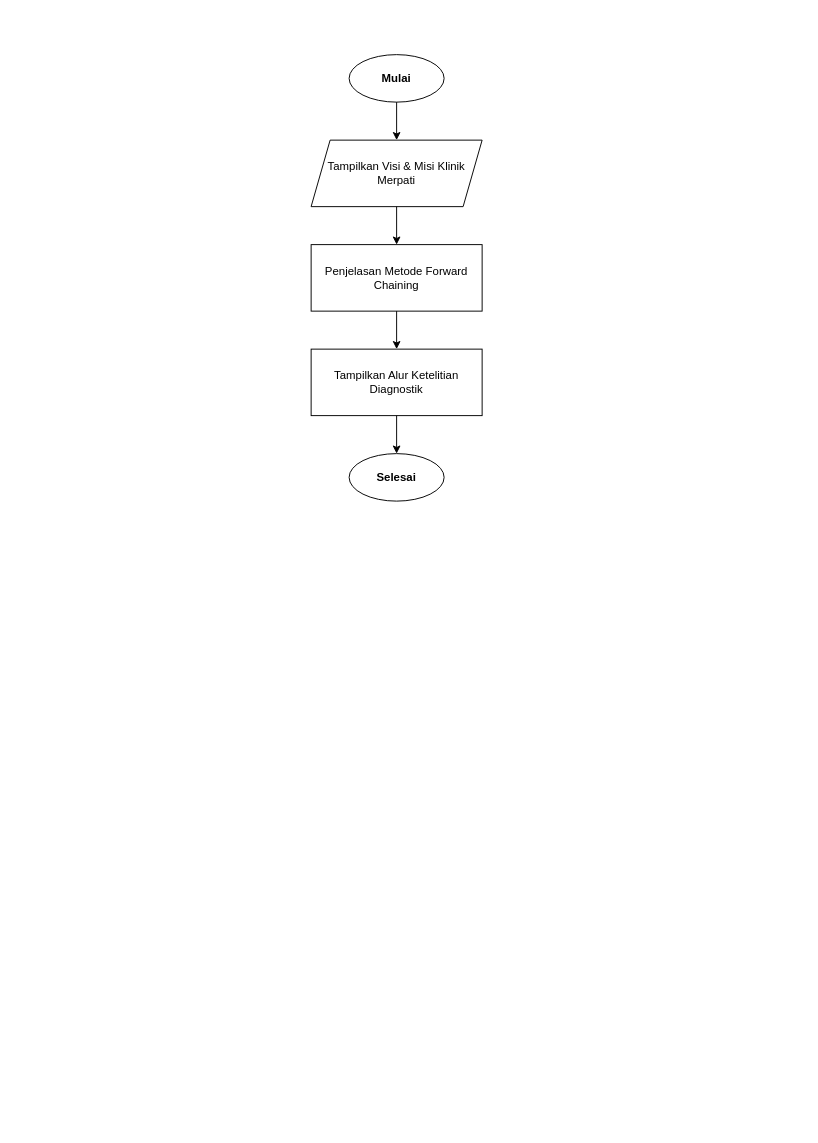
Above: diagram/flowchart/tentang_kami.drawio in Jinsky/Jinsky (draw.io), before the change. Source tidied: cells renumbered, new cells numbered last; positions are measured from the earlier drawing's top-left corner, leaving out a move shared by most shapes. Both pictures are drawn from the tidied source at 95%, with x=0, y=0 at pixel (16, 16).
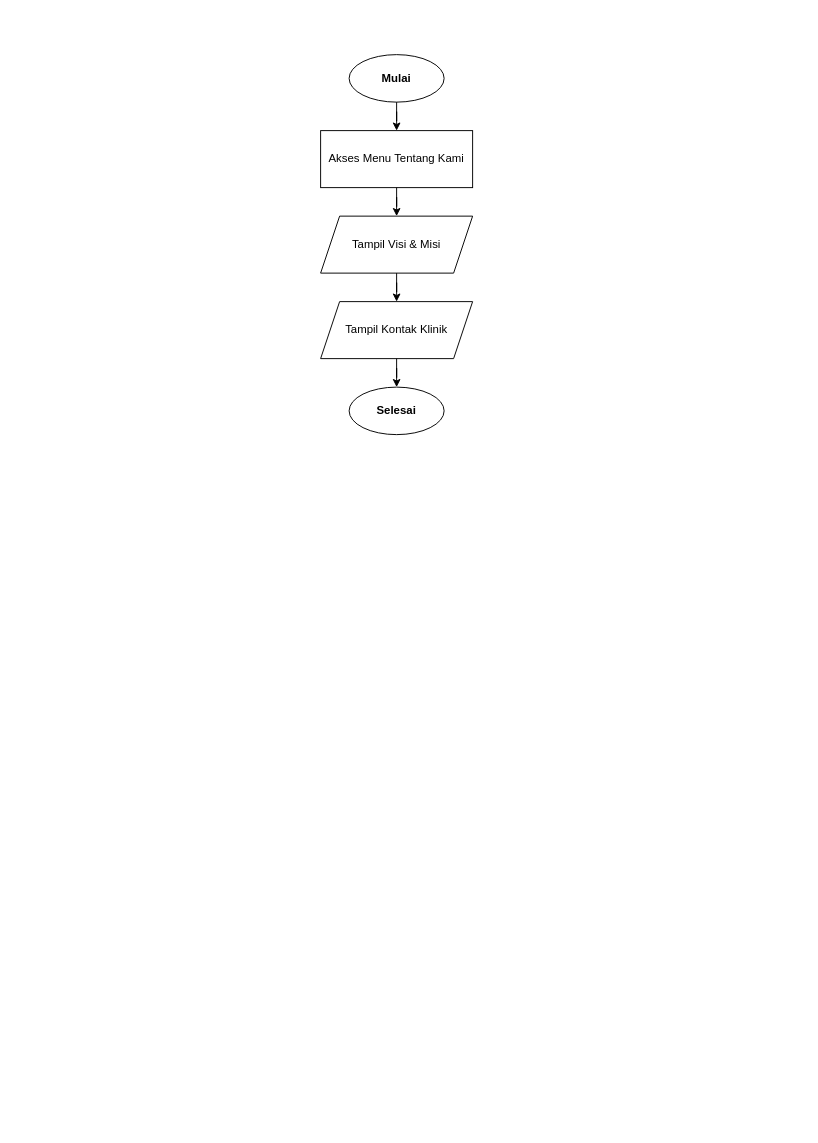
After the change.

Diff of the diagram source:
```diff
@@
 <mxGraphModel>
   <root>
     <mxCell id="0" />
     <mxCell id="1" parent="0" />
     <mxCell id="2" style="rounded=0;whiteSpace=wrap;html=1;fillColor=#ffffff;strokeColor=none;" parent="1" vertex="1">
       <mxGeometry width="827" height="1169" as="geometry" />
     </mxCell>
     <mxCell id="3" value="Mulai" style="ellipse;whiteSpace=wrap;html=1;fontStyle=1;fontSize=12;fillColor=#ffffff;strokeColor=#000000;" parent="1" vertex="1">
       <mxGeometry x="350" y="40" width="100" height="50" as="geometry" />
     </mxCell>
-    <mxCell id="4" value="Tampilkan Visi &amp; Misi Klinik Merpati" style="shape=parallelogram;perimeter=parallelogramPerimeter;whiteSpace=wrap;html=1;fixedSize=1;fontSize=12;fillColor=#ffffff;strokeColor=#000000;" parent="1" vertex="1">
-      <mxGeometry x="310" y="130" width="180" height="70" as="geometry" />
+    <mxCell id="4" value="Akses Menu Tentang Kami" style="rounded=0;whiteSpace=wrap;html=1;fontSize=12;fillColor=#ffffff;strokeColor=#000000;" parent="1" vertex="1">
+      <mxGeometry x="320" y="120" width="160" height="60" as="geometry" />
     </mxCell>
-    <mxCell id="5" value="Penjelasan Metode Forward Chaining" style="rounded=0;whiteSpace=wrap;html=1;fontSize=12;fillColor=#ffffff;strokeColor=#000000;" parent="1" vertex="1">
-      <mxGeometry x="310" y="240" width="180" height="70" as="geometry" />
+    <mxCell id="5" value="Tampil Visi &amp; Misi" style="shape=parallelogram;perimeter=parallelogramPerimeter;whiteSpace=wrap;html=1;fixedSize=1;fontSize=12;fillColor=#ffffff;strokeColor=#000000;" parent="1" vertex="1">
+      <mxGeometry x="320" y="210" width="160" height="60" as="geometry" />
     </mxCell>
-    <mxCell id="6" value="Tampilkan Alur Ketelitian Diagnostik" style="rounded=0;whiteSpace=wrap;html=1;fontSize=12;fillColor=#ffffff;strokeColor=#000000;" parent="1" vertex="1">
-      <mxGeometry x="310" y="350" width="180" height="70" as="geometry" />
+    <mxCell id="6" value="Tampil Kontak Klinik" style="shape=parallelogram;perimeter=parallelogramPerimeter;whiteSpace=wrap;html=1;fixedSize=1;fontSize=12;fillColor=#ffffff;strokeColor=#000000;" parent="1" vertex="1">
+      <mxGeometry x="320" y="300" width="160" height="60" as="geometry" />
     </mxCell>
     <mxCell id="7" value="Selesai" style="ellipse;whiteSpace=wrap;html=1;fontStyle=1;fontSize=12;fillColor=#ffffff;strokeColor=#000000;" parent="1" vertex="1">
-      <mxGeometry x="350" y="460" width="100" height="50" as="geometry" />
+      <mxGeometry x="350" y="390" width="100" height="50" as="geometry" />
     </mxCell>
     <mxCell id="8" style="edgeStyle=orthogonalEdgeStyle;rounded=0;jettySize=auto;html=1;strokeColor=#000000;fontSize=11;" parent="1" edge="1" source="3" target="4">
       <mxGeometry relative="1" as="geometry" />
     </mxCell>
     <mxCell id="9" style="edgeStyle=orthogonalEdgeStyle;rounded=0;jettySize=auto;html=1;strokeColor=#000000;fontSize=11;" parent="1" edge="1" source="4" target="5">
       <mxGeometry relative="1" as="geometry" />
     </mxCell>
     <mxCell id="10" style="edgeStyle=orthogonalEdgeStyle;rounded=0;jettySize=auto;html=1;strokeColor=#000000;fontSize=11;" parent="1" edge="1" source="5" target="6">
       <mxGeometry relative="1" as="geometry" />
     </mxCell>
     <mxCell id="11" style="edgeStyle=orthogonalEdgeStyle;rounded=0;jettySize=auto;html=1;strokeColor=#000000;fontSize=11;" parent="1" edge="1" source="6" target="7">
       <mxGeometry relative="1" as="geometry" />
     </mxCell>
   </root>
 </mxGraphModel>
```
